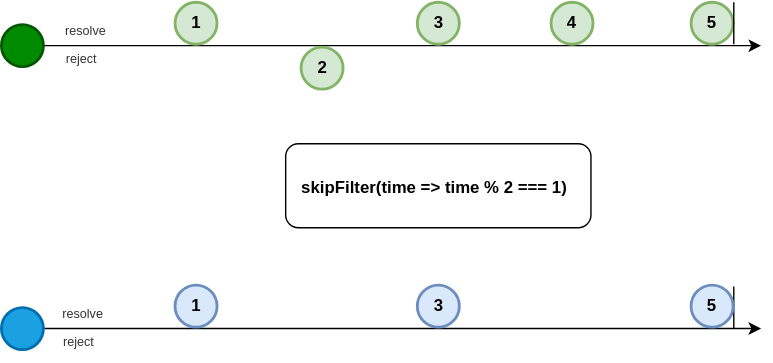
fluthjs/fluth-doc keeps this draw.io diagram as docs/public/skipFilter.drawio.svg. Above is the earlier version. Source tidied: cells renumbered, new cells last; positions are measured from the earlier drawing's top-left corner, leaving out a move shared by most shapes. Source of this version:
```xml
<mxGraphModel>
  <root>
    <mxCell id="0" />
    <mxCell id="1" parent="0" />
    <mxCell id="2" style="edgeStyle=orthogonalEdgeStyle;rounded=0;jettySize=auto;html=1;" parent="1" edge="1" source="3">
      <mxGeometry relative="1" as="geometry">
        <mxPoint x="542" y="31" as="targetPoint" />
      </mxGeometry>
    </mxCell>
    <mxCell id="3" style="ellipse;whiteSpace=wrap;html=1;strokeWidth=2;fontStyle=1;fillColor=#008a00;fontColor=#ffffff;strokeColor=#005700;" parent="1" vertex="1">
      <mxGeometry x="-0.5" y="16" width="30" height="30" as="geometry" />
    </mxCell>
    <mxCell id="4" value="1" style="ellipse;whiteSpace=wrap;html=1;strokeWidth=2;fontStyle=1;fillColor=#d5e8d4;strokeColor=#82b366;" parent="1" vertex="1">
      <mxGeometry x="123.5" width="30" height="30" as="geometry" />
    </mxCell>
    <mxCell id="5" value="2" style="ellipse;whiteSpace=wrap;html=1;strokeWidth=2;fontStyle=1;fillColor=#d5e8d4;strokeColor=#82b366;" parent="1" vertex="1">
      <mxGeometry x="213.5" y="32" width="30" height="30" as="geometry" />
    </mxCell>
    <mxCell id="6" value="3" style="ellipse;whiteSpace=wrap;html=1;strokeWidth=2;fontStyle=1;fillColor=#d5e8d4;strokeColor=#82b366;" parent="1" vertex="1">
      <mxGeometry x="296.5" width="30" height="30" as="geometry" />
    </mxCell>
    <mxCell id="7" style="edgeStyle=orthogonalEdgeStyle;rounded=0;jettySize=auto;html=1;" parent="1" edge="1" source="8">
      <mxGeometry relative="1" as="geometry">
        <mxPoint x="542" y="233" as="targetPoint" />
      </mxGeometry>
    </mxCell>
    <mxCell id="8" style="ellipse;whiteSpace=wrap;html=1;strokeWidth=2;fontStyle=1;fillColor=#1ba1e2;fontColor=#ffffff;strokeColor=#006EAF;" parent="1" vertex="1">
      <mxGeometry x="-0.5" y="218" width="30" height="30" as="geometry" />
    </mxCell>
    <mxCell id="9" value="resolve" style="text;html=1;align=center;verticalAlign=middle;whiteSpace=wrap;rounded=0;fontSize=9;fontColor=#333333;" parent="1" vertex="1">
      <mxGeometry x="29.5" y="6" width="60" height="30" as="geometry" />
    </mxCell>
    <mxCell id="10" value="reject" style="text;html=1;align=center;verticalAlign=middle;whiteSpace=wrap;rounded=0;fontSize=9;fontColor=#333333;" parent="1" vertex="1">
      <mxGeometry x="26.5" y="26" width="60" height="30" as="geometry" />
    </mxCell>
    <mxCell id="11" value="resolve" style="text;html=1;align=center;verticalAlign=middle;whiteSpace=wrap;rounded=0;fontSize=9;fontColor=#333333;" parent="1" vertex="1">
      <mxGeometry x="28" y="208" width="60" height="30" as="geometry" />
    </mxCell>
    <mxCell id="12" value="reject" style="text;html=1;align=center;verticalAlign=middle;whiteSpace=wrap;rounded=0;fontSize=9;fontColor=#333333;" parent="1" vertex="1">
      <mxGeometry x="25" y="228" width="60" height="30" as="geometry" />
    </mxCell>
    <mxCell id="13" style="group;" parent="1" vertex="1">
      <mxGeometry x="202.5" y="101" width="218" height="60" as="geometry" />
    </mxCell>
    <mxCell id="14" style="rounded=1;whiteSpace=wrap;html=1;" parent="13" vertex="1">
      <mxGeometry width="218" height="60" as="geometry" />
    </mxCell>
    <mxCell id="15" value="skipFilter(time =&gt; time % 2 === 1)" style="text;whiteSpace=wrap;strokeWidth=1;fontStyle=1;" parent="13" vertex="1">
      <mxGeometry x="9.5" y="18" width="199" height="24" as="geometry" />
    </mxCell>
    <mxCell id="16" value="4" style="ellipse;whiteSpace=wrap;html=1;strokeWidth=2;fontStyle=1;fillColor=#d5e8d4;strokeColor=#82b366;" parent="1" vertex="1">
      <mxGeometry x="392" width="30" height="30" as="geometry" />
    </mxCell>
    <mxCell id="17" value="5" style="ellipse;whiteSpace=wrap;html=1;strokeWidth=2;fontStyle=1;fillColor=#d5e8d4;strokeColor=#82b366;" parent="1" vertex="1">
      <mxGeometry x="492" width="30" height="30" as="geometry" />
    </mxCell>
    <mxCell id="18" style="endArrow=none;html=1;rounded=0;strokeWidth=1;" parent="1" edge="1">
      <mxGeometry relative="1" as="geometry">
        <mxPoint x="522.5" y="30" as="sourcePoint" />
        <mxPoint x="522.5" as="targetPoint" />
      </mxGeometry>
    </mxCell>
    <mxCell id="19" style="endArrow=none;html=1;rounded=0;strokeWidth=1;" parent="1" edge="1">
      <mxGeometry relative="1" as="geometry">
        <mxPoint x="522.5" y="233" as="sourcePoint" />
        <mxPoint x="522.5" y="203" as="targetPoint" />
      </mxGeometry>
    </mxCell>
    <mxCell id="20" value="3" style="ellipse;whiteSpace=wrap;html=1;strokeWidth=2;fontStyle=1;fillColor=#dae8fc;strokeColor=#6c8ebf;" parent="1" vertex="1">
      <mxGeometry x="296.5" y="202" width="30" height="30" as="geometry" />
    </mxCell>
    <mxCell id="21" value="5" style="ellipse;whiteSpace=wrap;html=1;strokeWidth=2;fontStyle=1;fillColor=#dae8fc;strokeColor=#6c8ebf;" parent="1" vertex="1">
      <mxGeometry x="492" y="202" width="30" height="30" as="geometry" />
    </mxCell>
    <mxCell id="22" value="1" style="ellipse;whiteSpace=wrap;html=1;strokeWidth=2;fontStyle=1;fillColor=#dae8fc;strokeColor=#6c8ebf;" parent="1" vertex="1">
      <mxGeometry x="123.5" y="202" width="30" height="30" as="geometry" />
    </mxCell>
  </root>
</mxGraphModel>
```
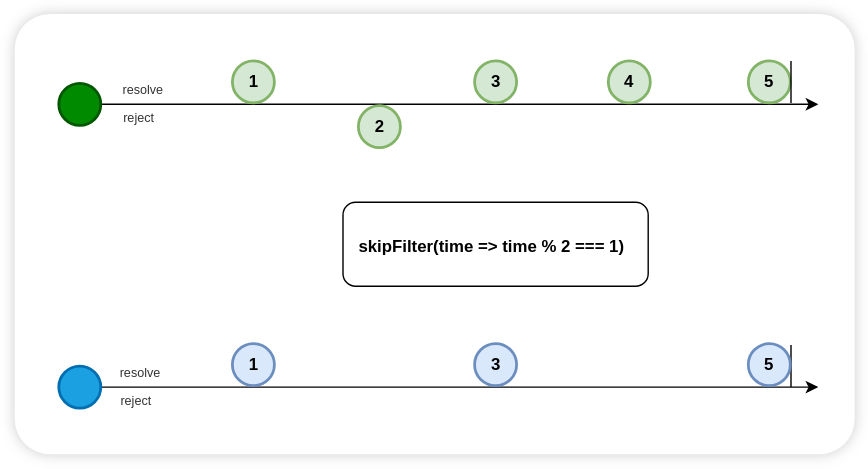
The same file after the commit.

What changed in the source:
```diff
@@ -2,6 +2,9 @@
   <root>
     <mxCell id="0" />
     <mxCell id="1" parent="0" />
+    <mxCell id="23" style="rounded=1;whiteSpace=wrap;html=1;fontFamily=Helvetica;fontSize=11;fontColor=default;labelBackgroundColor=default;arcSize=8;shadow=1;glass=0;strokeColor=none;shadowOffsetX=0;shadowOffsetY=0;shadowBlur=5;shadowColor=#333333;" parent="1" vertex="1">
+      <mxGeometry x="-32" y="-33.5" width="600" height="314.5" as="geometry" />
+    </mxCell>
     <mxCell id="2" style="edgeStyle=orthogonalEdgeStyle;rounded=0;jettySize=auto;html=1;" parent="1" edge="1" source="3">
       <mxGeometry relative="1" as="geometry">
         <mxPoint x="542" y="31" as="targetPoint" />
```
